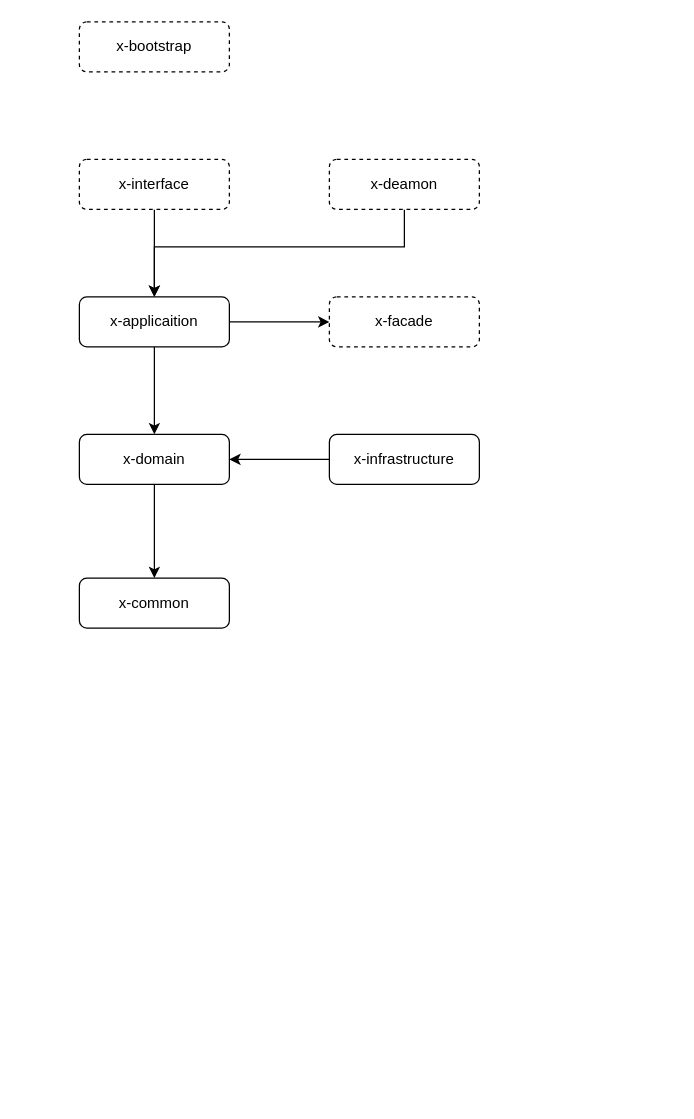
Earlier version of the draw.io diagram 账务/未命名绘图.drawio (remind/doanything-docs). Source tidied: cells renumbered, new cells numbered last; positions are measured from the earlier drawing's top-left corner, leaving out a move shared by most shapes. Both pictures are drawn from the tidied source at 125%, with x=0, y=0 at pixel (79, 21).
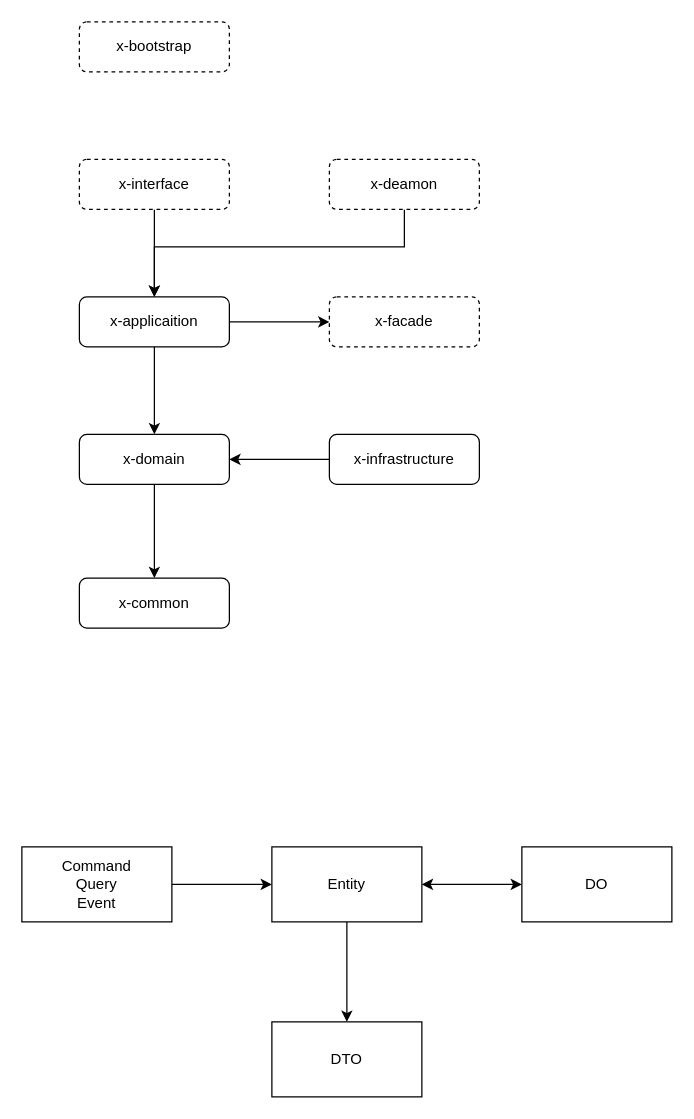
The same page after the edit.

Commit message:
更新未命名绘图.drawio

What changed in the source:
```diff
@@
+    <mxCell id="16" style="edgeStyle=orthogonalEdgeStyle;rounded=0;jettySize=auto;html=1;" parent="1" edge="1" source="17" target="20">
+      <mxGeometry relative="1" as="geometry" />
+    </mxCell>
+    <mxCell id="17" value="Command&lt;br&gt;Query&lt;br&gt;Event" style="rounded=0;whiteSpace=wrap;html=1;" parent="1" vertex="1">
+      <mxGeometry x="-46" y="660" width="120" height="60" as="geometry" />
+    </mxCell>
+    <mxCell id="18" style="edgeStyle=orthogonalEdgeStyle;rounded=0;jettySize=auto;html=1;" parent="1" edge="1" source="20" target="21">
+      <mxGeometry relative="1" as="geometry" />
+    </mxCell>
+    <mxCell id="19" style="edgeStyle=orthogonalEdgeStyle;rounded=0;jettySize=auto;html=1;startArrow=classic;startFill=1;" parent="1" edge="1" source="20" target="22">
+      <mxGeometry relative="1" as="geometry" />
+    </mxCell>
+    <mxCell id="20" value="Entity" style="whiteSpace=wrap;html=1;rounded=0;" parent="1" vertex="1">
+      <mxGeometry x="154" y="660" width="120" height="60" as="geometry" />
+    </mxCell>
+    <mxCell id="21" value="DTO" style="whiteSpace=wrap;html=1;rounded=0;" parent="1" vertex="1">
+      <mxGeometry x="154" y="800" width="120" height="60" as="geometry" />
+    </mxCell>
+    <mxCell id="22" value="DO" style="whiteSpace=wrap;html=1;rounded=0;" parent="1" vertex="1">
+      <mxGeometry x="354" y="660" width="120" height="60" as="geometry" />
+    </mxCell>
```
